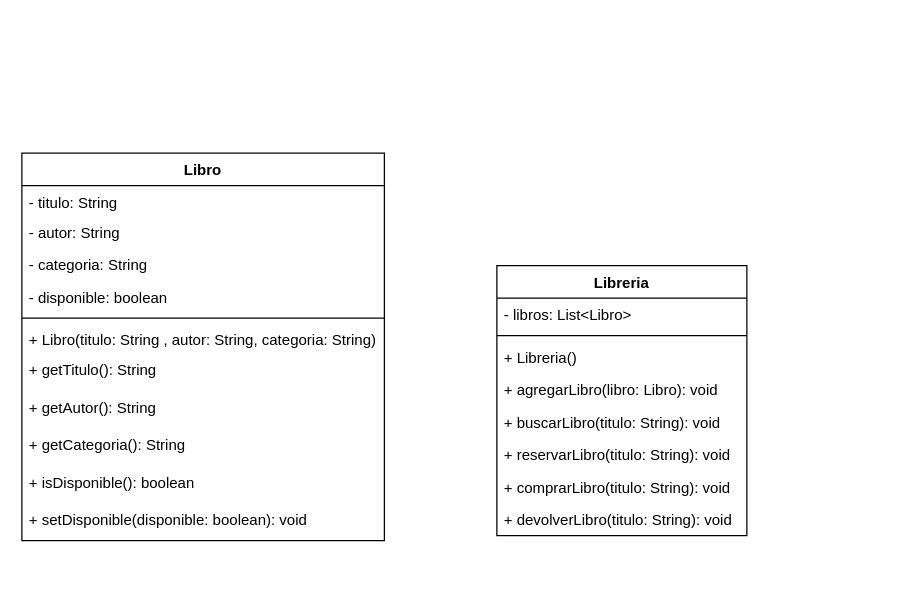
Earlier version of the draw.io diagram DiagramaDeClasesLibreria.drawio (SergioMesa2101/Parcial). Source tidied: cells renumbered, new cells numbered last; positions are measured from the earlier drawing's top-left corner, leaving out a move shared by most shapes. Both pictures are drawn from the tidied source at 125%, with x=0, y=0 at pixel (21, 152).
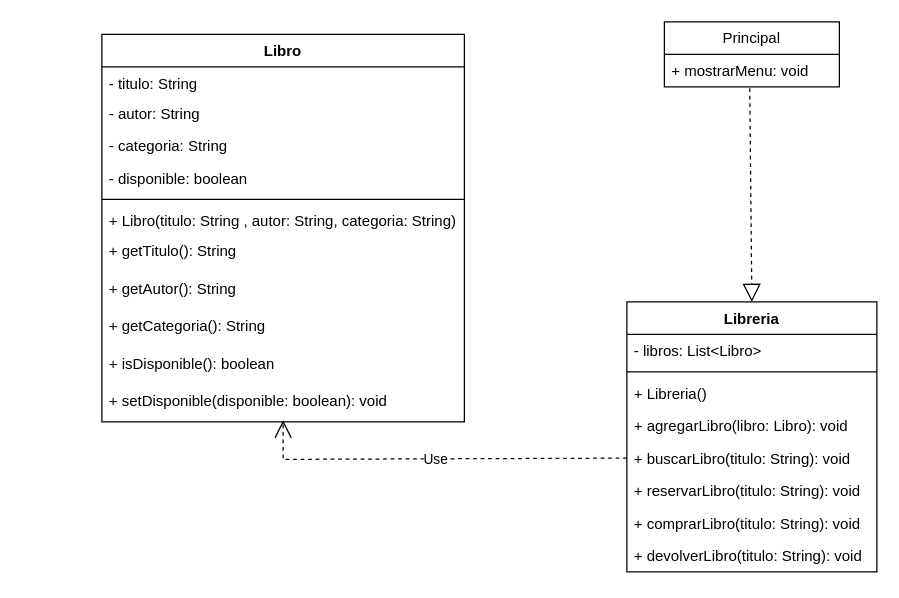
The same page after the edit.

The change refers to these unchanged cells:
```xml
<mxCell id="13" value="+ setDisponible(disponible: boolean): void" style="text;strokeColor=none;fillColor=none;align=left;verticalAlign=top;spacingLeft=4;spacingRight=4;overflow=hidden;points=[[0,0.5],[1,0.5]];portConstraint=eastwest;whiteSpace=wrap;html=1;" parent="2" vertex="1">
  <mxGeometry y="280" width="290" height="30" as="geometry" />
</mxCell>
<mxCell id="19" value="+ buscarLibro(titulo: String): void" style="text;strokeColor=none;fillColor=none;align=left;verticalAlign=top;spacingLeft=4;spacingRight=4;overflow=hidden;points=[[0,0.5],[1,0.5]];portConstraint=eastwest;whiteSpace=wrap;html=1;" parent="14" vertex="1">
  <mxGeometry y="112" width="200" height="26" as="geometry" />
</mxCell>
```

What changed in the source:
```diff
@@
-<mxGraphModel>
+<mxGraphModel background="#ffffff">
@@
     <mxCell id="2" value="Libro" style="swimlane;fontStyle=1;align=center;verticalAlign=top;horizontal=1;startSize=26;whiteSpace=wrap;html=1;" parent="1" vertex="1">
-      <mxGeometry width="290" height="310" as="geometry" />
+      <mxGeometry x="64" y="-95" width="290" height="310" as="geometry" />
     </mxCell>
@@
     <mxCell id="14" value="Libreria" style="swimlane;fontStyle=1;align=center;verticalAlign=top;horizontal=1;startSize=26;whiteSpace=wrap;html=1;" parent="1" vertex="1">
-      <mxGeometry x="380" y="90" width="200" height="216" as="geometry" />
+      <mxGeometry x="484" y="119" width="200" height="216" as="geometry" />
     </mxCell>
@@
+    <mxCell id="23" value="Principal" style="swimlane;fontStyle=0;horizontal=1;startSize=26;fillColor=none;whiteSpace=wrap;html=1;" parent="1" vertex="1">
+      <mxGeometry x="514" y="-105" width="140" height="52" as="geometry" />
+    </mxCell>
+    <mxCell id="24" value="+ mostrarMenu: void" style="text;strokeColor=none;fillColor=none;align=left;verticalAlign=top;spacingLeft=4;spacingRight=4;overflow=hidden;points=[[0,0.5],[1,0.5]];portConstraint=eastwest;whiteSpace=wrap;html=1;" parent="23" vertex="1">
+      <mxGeometry y="26" width="140" height="26" as="geometry" />
+    </mxCell>
+    <mxCell id="25" value="Use" style="endArrow=open;endSize=12;dashed=1;html=1;rounded=0;exitX=0;exitY=0.5;exitDx=0;exitDy=0;entryX=0.5;entryY=0.956;entryDx=0;entryDy=0;entryPerimeter=0;" parent="1" edge="1" source="19" target="13">
+      <mxGeometry relative="1" as="geometry">
+        <Array as="points">
+          <mxPoint x="209" y="245" />
+        </Array>
+      </mxGeometry>
+    </mxCell>
+    <mxCell id="26" style="endArrow=block;dashed=1;endFill=0;endSize=12;html=1;rounded=0;exitX=0.488;exitY=1.045;exitDx=0;exitDy=0;entryX=0.5;entryY=0;entryDx=0;entryDy=0;exitPerimeter=0;" parent="1" edge="1" source="24" target="14">
+      <mxGeometry relative="1" as="geometry" />
+    </mxCell>
```
